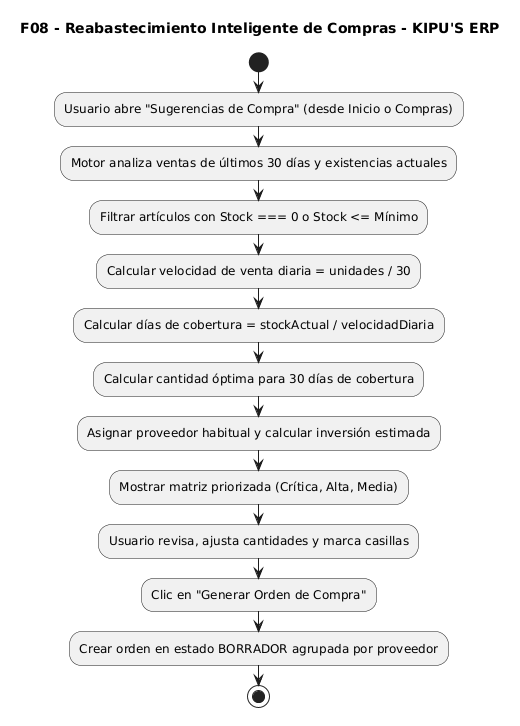
This is docs/UML-flujos/imagenes/08_reabastecimiento_compras.png from xmenil/ERP-KIPUS, a PlantUML export, as it was before one commit.
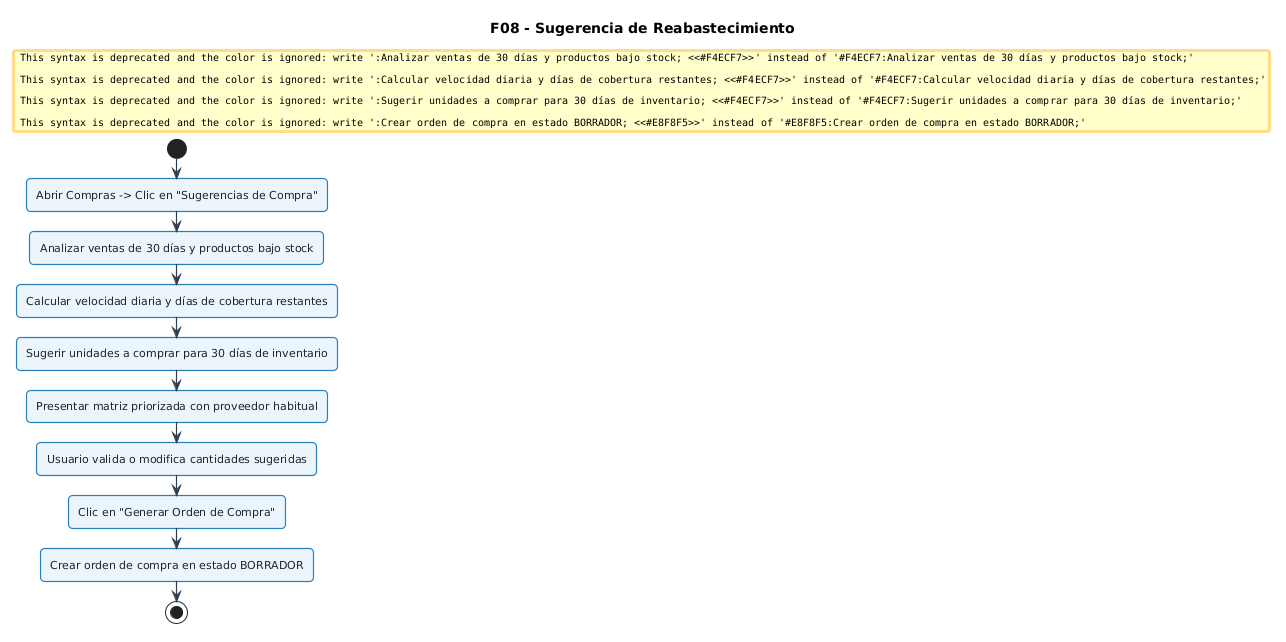
Later version of the same file.

Diff of the diagram source:
```diff
@@ -1,20 +1,40 @@
 @startuml
-skinparam monochrome true
+skinparam defaultFontName "Segoe UI", Arial, sans-serif
+skinparam defaultFontSize 11
+skinparam roundCorner 8
 skinparam shadowing false
+skinparam ArrowColor #2C3E50
+skinparam ArrowThickness 1.2
 
-title F08 - Reabastecimiento Inteligente de Compras - KIPU'S ERP
+skinparam activity {
+  BackgroundColor #EBF5FB
+  BorderColor #2980B9
+  BorderThickness 1.2
+  FontColor #1A252F
+}
+skinparam decision {
+  BackgroundColor #FEF9E7
+  BorderColor #F39C12
+  BorderThickness 1.2
+  FontColor #7D6608
+}
+skinparam start {
+  Color #27AE60
+}
+skinparam stop {
+  Color #C0392B
+}
+
+title F08 - Sugerencia de Reabastecimiento
 
 start
-:Usuario abre "Sugerencias de Compra" (desde Inicio o Compras);
-:Motor analiza ventas de últimos 30 días y existencias actuales;
-:Filtrar artículos con Stock === 0 o Stock <= Mínimo;
-:Calcular velocidad de venta diaria = unidades / 30;
-:Calcular días de cobertura = stockActual / velocidadDiaria;
-:Calcular cantidad óptima para 30 días de cobertura;
-:Asignar proveedor habitual y calcular inversión estimada;
-:Mostrar matriz priorizada (Crítica, Alta, Media);
-:Usuario revisa, ajusta cantidades y marca casillas;
+:Abrir Compras -> Clic en "Sugerencias de Compra";
+#F4ECF7:Analizar ventas de 30 días y productos bajo stock;
+#F4ECF7:Calcular velocidad diaria y días de cobertura restantes;
+#F4ECF7:Sugerir unidades a comprar para 30 días de inventario;
+:Presentar matriz priorizada con proveedor habitual;
+:Usuario valida o modifica cantidades sugeridas;
 :Clic en "Generar Orden de Compra";
-:Crear orden en estado BORRADOR agrupada por proveedor;
+#E8F8F5:Crear orden de compra en estado BORRADOR;
 stop
 @enduml
```
